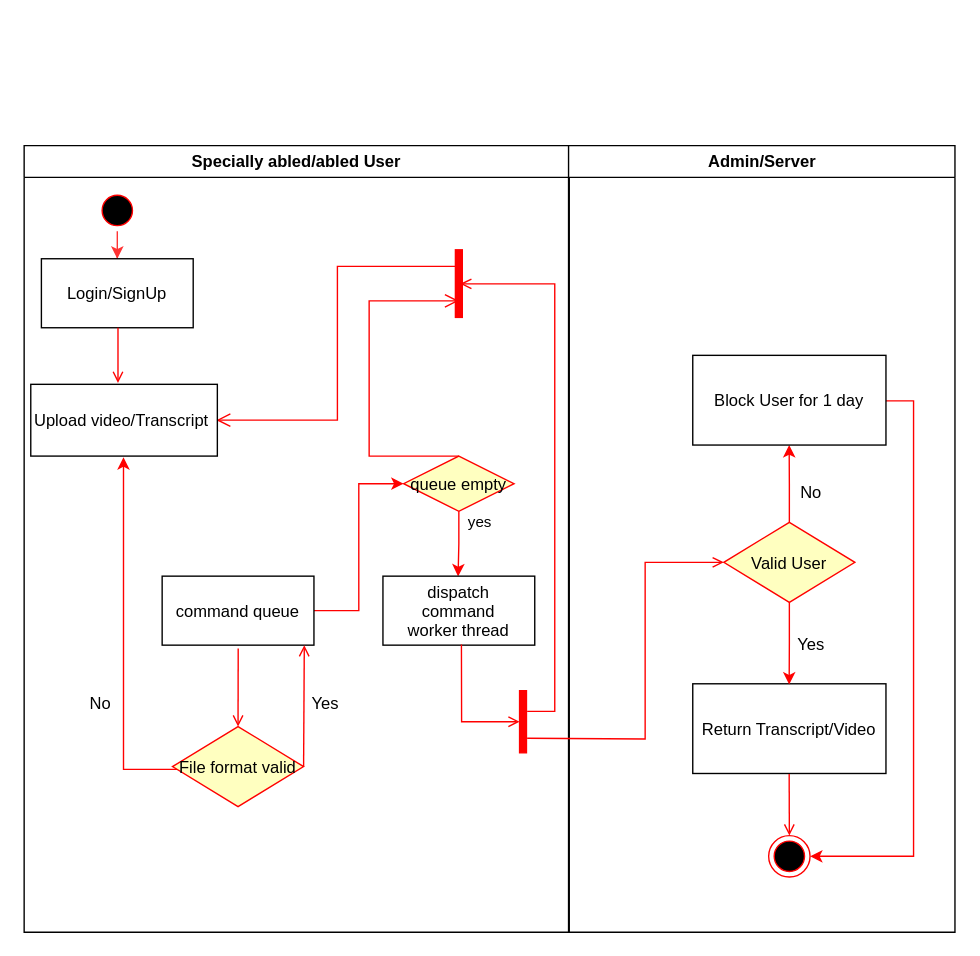
Above: activity.drawio in Dikshit28/SEPM_Dikshit19csu379 (draw.io), before the change. Source tidied: cells renumbered, new cells numbered last; positions are measured from the earlier drawing's top-left corner, leaving out a move shared by most shapes. Both pictures are drawn from the tidied source at 138%, with x=0, y=0 at pixel (23, 145).
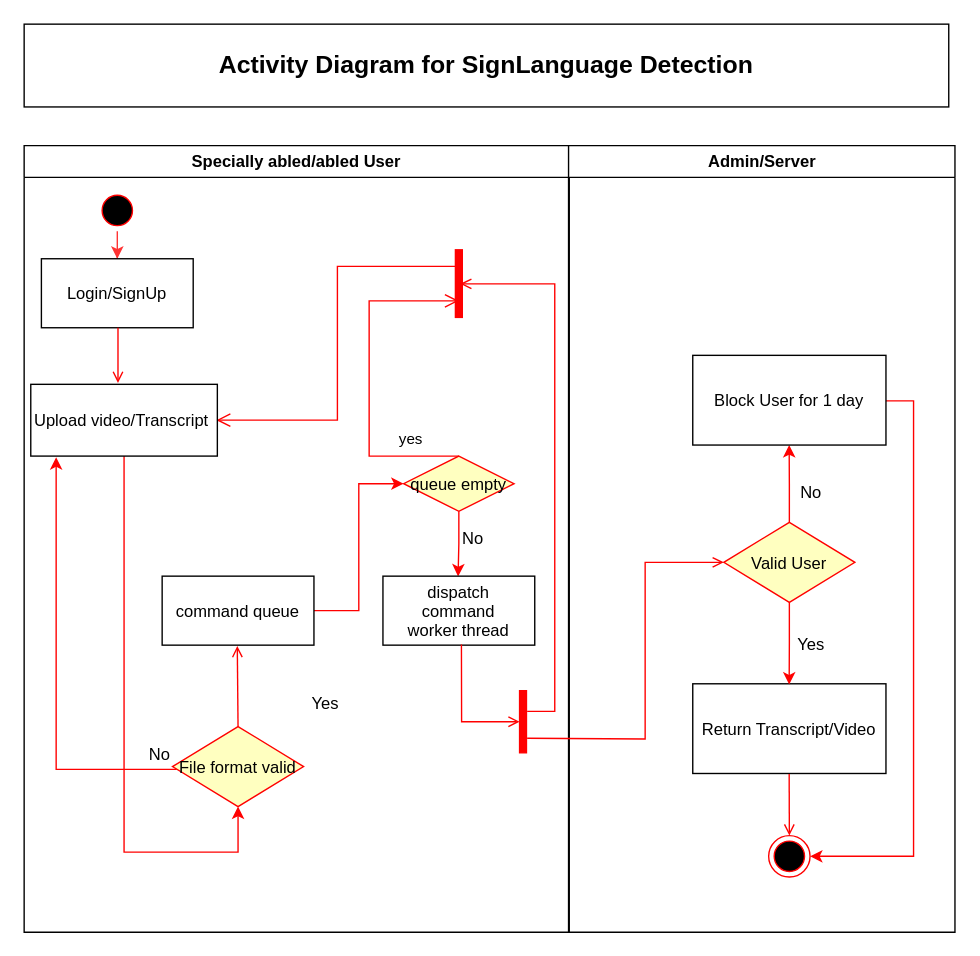
The same diagram, later.

Unchanged cells that the change refers to:
```xml
<mxCell id="2" value="Specially abled/abled User" style="swimlane;whiteSpace=wrap;startSize=23;" parent="1" vertex="1">
  <mxGeometry width="395" height="570" as="geometry" />
</mxCell>
<mxCell id="4" value="command queue" parent="2" vertex="1">
  <mxGeometry x="100" y="312" width="110" height="50" as="geometry" />
</mxCell>
<mxCell id="6" value="queue empty" style="rhombus;fillColor=#ffffc0;strokeColor=#ff0000;" parent="2" vertex="1">
  <mxGeometry x="275" y="225" width="80" height="40" as="geometry" />
</mxCell>
<mxCell id="8" style="shape=line;strokeWidth=6;strokeColor=#ff0000;rotation=90;" parent="2" vertex="1">
  <mxGeometry x="290" y="92.5" width="50" height="15" as="geometry" />
</mxCell>
<mxCell id="19" value="File format valid" style="rhombus;fillColor=#ffffc0;strokeColor=#ff0000;" parent="2" vertex="1">
  <mxGeometry x="107.5" y="421" width="95" height="58" as="geometry" />
</mxCell>
```

Diff of the diagram source:
```diff
@@
     <mxCell id="7" value="yes" style="edgeStyle=elbowEdgeStyle;elbow=horizontal;align=left;verticalAlign=bottom;endArrow=open;endSize=8;strokeColor=#FF0000;exitX=0.5;exitY=0;endFill=1;rounded=0;entryX=0.75;entryY=0.5;entryPerimeter=0;" parent="2" edge="1" source="6" target="8">
-      <mxGeometry x="-1" y="57" relative="1" as="geometry">
+      <mxGeometry x="-0.63" y="-3" relative="1" as="geometry">
         <Array as="points">
           <mxPoint x="250" y="172" />
         </Array>
-        <mxPoint x="5" as="offset" />
       </mxGeometry>
     </mxCell>
@@
-    <mxCell id="13" value="Upload video/Transcript " parent="2" vertex="1">
-      <mxGeometry x="4.8" y="173" width="135.2" height="52" as="geometry" />
-    </mxCell>
@@
-    <mxCell id="18" style="edgeStyle=orthogonalEdgeStyle;rounded=0;jettySize=auto;html=1;entryX=0.497;entryY=1.015;entryDx=0;entryDy=0;entryPerimeter=0;strokeColor=#FF0000;" parent="2" edge="1" source="19" target="13">
+    <mxCell id="18" style="edgeStyle=orthogonalEdgeStyle;rounded=0;jettySize=auto;html=1;entryX=0.136;entryY=1.015;entryDx=0;entryDy=0;entryPerimeter=0;strokeColor=#FF0000;" parent="2" edge="1" target="13">
       <mxGeometry relative="1" as="geometry">
+        <mxPoint x="110" y="450" as="sourcePoint" />
         <Array as="points">
-          <mxPoint x="72" y="452" />
+          <mxPoint x="110" y="452" />
+          <mxPoint x="23" y="452" />
         </Array>
       </mxGeometry>
     </mxCell>
@@
-    <mxCell id="20" style="endArrow=open;strokeColor=#FF0000;endFill=1;rounded=0;entryX=0.5;entryY=0;entryDx=0;entryDy=0;exitX=0.501;exitY=1.048;exitDx=0;exitDy=0;exitPerimeter=0;" parent="2" edge="1" source="4" target="19">
-      <mxGeometry relative="1" as="geometry" />
-    </mxCell>
-    <mxCell id="21" style="endArrow=open;strokeColor=#FF0000;endFill=1;rounded=0;exitX=1;exitY=0.5;exitDx=0;exitDy=0;" parent="2" edge="1" source="19">
-      <mxGeometry relative="1" as="geometry">
-        <mxPoint x="203" y="362" as="targetPoint" />
-      </mxGeometry>
+    <mxCell id="21" style="endArrow=open;strokeColor=#FF0000;endFill=1;rounded=0;exitX=0.5;exitY=0;exitDx=0;exitDy=0;entryX=0.495;entryY=1.012;entryDx=0;entryDy=0;entryPerimeter=0;" parent="2" edge="1" source="19" target="4">
+      <mxGeometry relative="1" as="geometry" />
     </mxCell>
@@
     <mxCell id="23" value="No" style="text;html=1;align=center;verticalAlign=middle;strokeColor=none;fillColor=none;" parent="2" vertex="1">
-      <mxGeometry x="40" y="395" width="30" height="20" as="geometry" />
+      <mxGeometry x="82.5" y="432" width="30" height="20" as="geometry" />
     </mxCell>
+    <mxCell id="37" value="No" style="text;html=1;align=center;verticalAlign=middle;strokeColor=none;fillColor=none;" parent="2" vertex="1">
+      <mxGeometry x="310" y="275" width="30" height="20" as="geometry" />
+    </mxCell>
+    <mxCell id="38" style="edgeStyle=orthogonalEdgeStyle;rounded=0;jettySize=auto;html=1;strokeColor=#FF0000;entryX=0.5;entryY=1;entryDx=0;entryDy=0;" parent="2" edge="1" source="13" target="19">
+      <mxGeometry relative="1" as="geometry">
+        <Array as="points">
+          <mxPoint x="73" y="512" />
+          <mxPoint x="155" y="512" />
+        </Array>
+      </mxGeometry>
+    </mxCell>
+    <mxCell id="13" value="Upload video/Transcript " parent="2" vertex="1">
+      <mxGeometry x="4.8" y="173" width="135.2" height="52" as="geometry" />
+    </mxCell>
@@
+    <mxCell id="39" value="&lt;font style=&quot;font-size: 18px&quot;&gt;&lt;b&gt;Activity Diagram for SignLanguage Detection&lt;/b&gt;&lt;/font&gt;" style="whiteSpace=wrap;html=1;" parent="1" vertex="1">
+      <mxGeometry y="-88" width="670" height="60" as="geometry" />
+    </mxCell>
```
